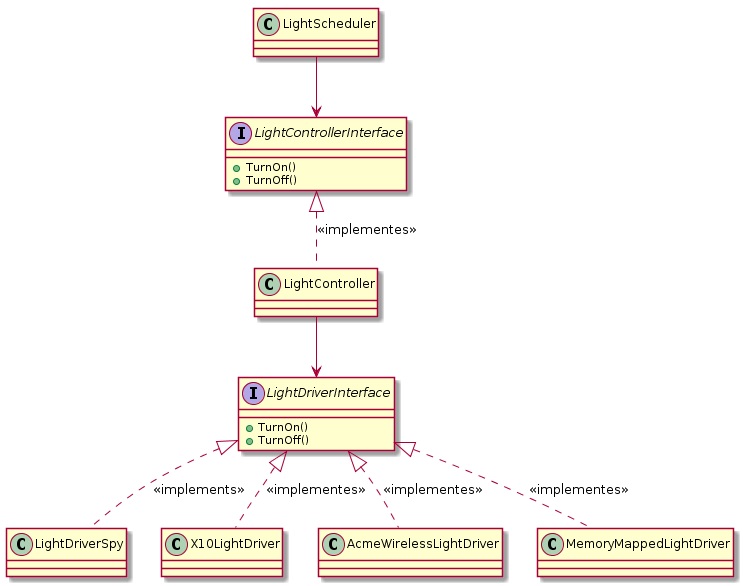
This is doc/solid_design.png from tomoyuki-nakabayashi/TDDforEmbeddedC_SolidDesign, a PlantUML export, as it was before one commit. Source of this version:
```plantuml
@startuml

class LightScheduler {
}


interface LightControllerInterface {
  + TurnOn()
  + TurnOff()
}

class LightController {
}

interface LightDriverInterface {
  + TurnOn()
  + TurnOff()
}

class LightDriverSpy {
}

class X10LightDriver {
}

class AcmeWirelessLightDriver {
}

class MemoryMappedLightDriver {
}

LightScheduler --> LightControllerInterface
LightControllerInterface <|.. LightController:<<implementes>>
LightController --> LightDriverInterface
LightDriverInterface <|.. LightDriverSpy:<<implements>>
LightDriverInterface <|.. X10LightDriver:<<implementes>>
LightDriverInterface <|.. AcmeWirelessLightDriver:<<implementes>>
LightDriverInterface <|.. MemoryMappedLightDriver:<<implementes>>

@enduml
```
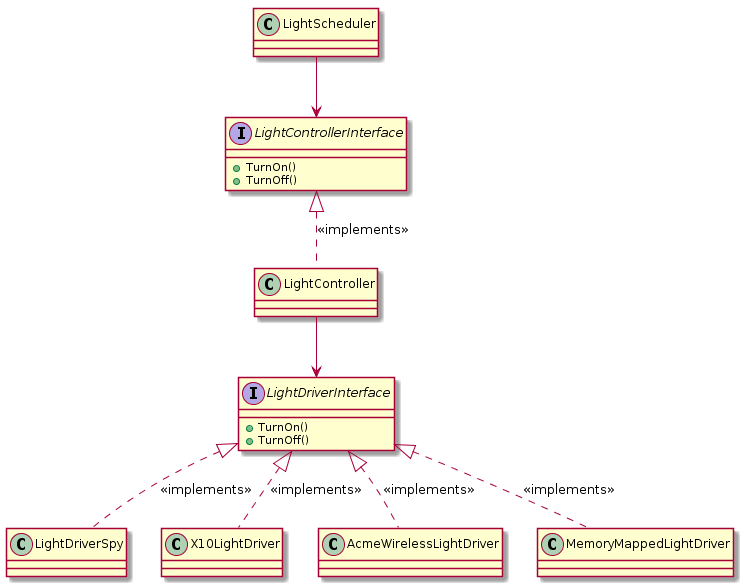
The same diagram one commit later.

What changed in the source:
```diff
@@ -30,11 +30,11 @@
 }
 
 LightScheduler --> LightControllerInterface
-LightControllerInterface <|.. LightController:<<implementes>>
+LightControllerInterface <|.. LightController:<<implements>>
 LightController --> LightDriverInterface
 LightDriverInterface <|.. LightDriverSpy:<<implements>>
-LightDriverInterface <|.. X10LightDriver:<<implementes>>
-LightDriverInterface <|.. AcmeWirelessLightDriver:<<implementes>>
-LightDriverInterface <|.. MemoryMappedLightDriver:<<implementes>>
+LightDriverInterface <|.. X10LightDriver:<<implements>>
+LightDriverInterface <|.. AcmeWirelessLightDriver:<<implements>>
+LightDriverInterface <|.. MemoryMappedLightDriver:<<implements>>
 
 @enduml
```
